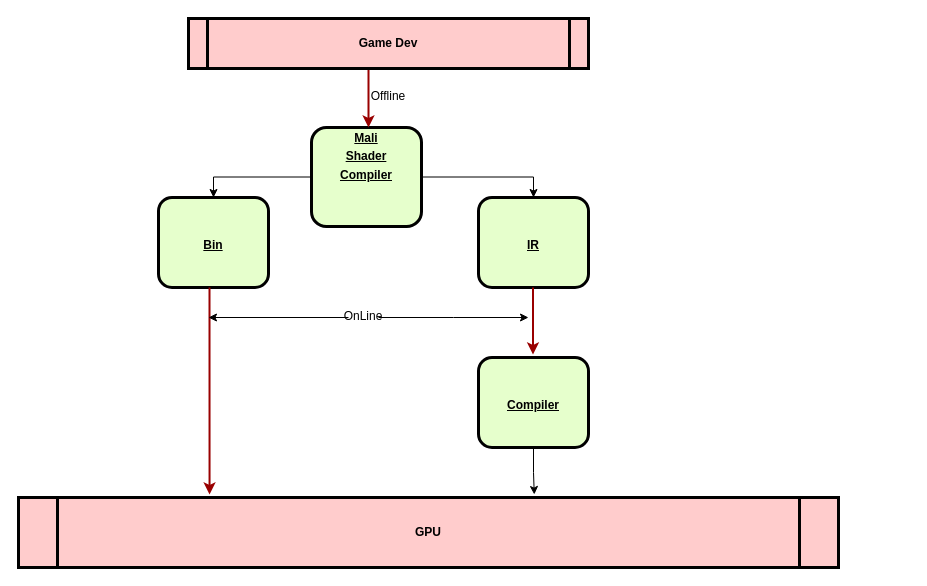
Above: gpu_comp.drawio in COthello/mesadoc (draw.io), before the change. Source tidied: cells renumbered, new cells numbered last; positions are measured from the earlier drawing's top-left corner, leaving out a move shared by most shapes. Both pictures are drawn from the tidied source at 100%, with x=0, y=0 at pixel (18, 18).
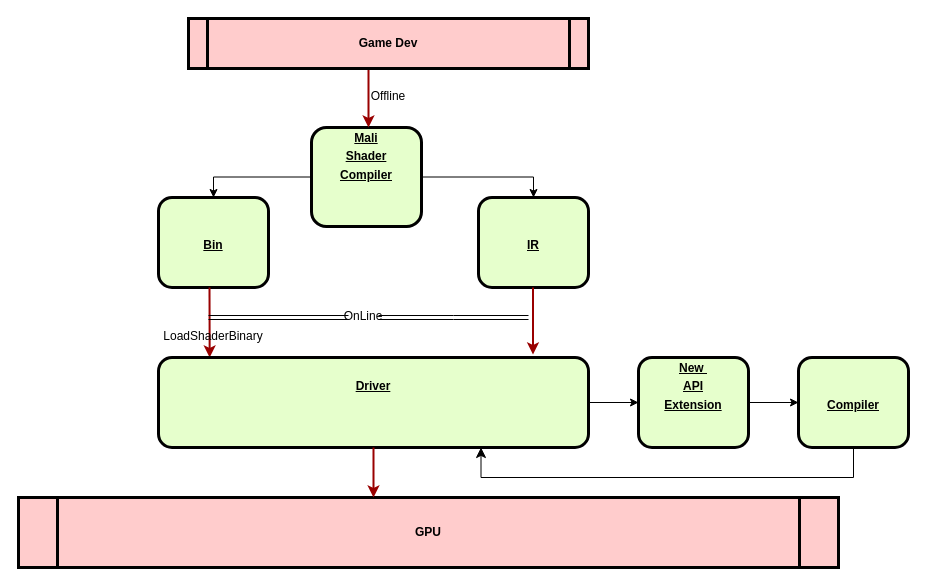
After the change.

The change refers to these unchanged cells:
```xml
<mxCell id="2" value="GPU" style="shape=process;whiteSpace=wrap;align=center;verticalAlign=middle;size=0.0475;fontStyle=1;strokeWidth=3;fillColor=#FFCCCC;" parent="1" vertex="1">
  <mxGeometry y="479" width="820" height="70" as="geometry" />
</mxCell>
<mxCell id="13" value="OnLine" style="text;spacingTop=-5;align=center;" parent="1" vertex="1">
  <mxGeometry x="330" y="289" width="30" height="20" as="geometry" />
</mxCell>
```

The edit, as a diff of the source:
```diff
@@
-    <mxCell id="10" style="edgeStyle=elbowEdgeStyle;elbow=vertical;strokeColor=#990000;strokeWidth=2;rounded=0;entryX=0.233;entryY=-0.043;entryDx=0;entryDy=0;entryPerimeter=0;" parent="1" edge="1" target="2">
+    <mxCell id="10" style="edgeStyle=elbowEdgeStyle;elbow=vertical;strokeColor=#990000;strokeWidth=2;rounded=0;entryX=0.119;entryY=0;entryDx=0;entryDy=0;entryPerimeter=0;" parent="1" edge="1" target="19">
       <mxGeometry relative="1" as="geometry">
         <mxPoint x="191" y="279" as="sourcePoint" />
         <Array as="points">
           <mxPoint x="191" y="269" />
         </Array>
       </mxGeometry>
     </mxCell>
-    <mxCell id="11" style="edgeStyle=orthogonalEdgeStyle;rounded=0;jettySize=auto;html=1;" parent="1" edge="1" source="13">
+    <mxCell id="11" style="edgeStyle=orthogonalEdgeStyle;rounded=0;jettySize=auto;html=1;shape=link;" parent="1" edge="1" source="13">
       <mxGeometry relative="1" as="geometry">
         <mxPoint x="190" y="299" as="targetPoint" />
       </mxGeometry>
     </mxCell>
-    <mxCell id="12" style="edgeStyle=orthogonalEdgeStyle;rounded=0;jettySize=auto;html=1;" parent="1" edge="1" source="13">
+    <mxCell id="12" style="edgeStyle=orthogonalEdgeStyle;rounded=0;jettySize=auto;html=1;shape=link;" parent="1" edge="1" source="13">
       <mxGeometry relative="1" as="geometry">
         <mxPoint x="510" y="299" as="targetPoint" />
       </mxGeometry>
     </mxCell>
@@
-    <mxCell id="16" style="edgeStyle=orthogonalEdgeStyle;rounded=0;jettySize=auto;html=1;exitX=0.5;exitY=1;exitDx=0;exitDy=0;entryX=0.629;entryY=-0.043;entryDx=0;entryDy=0;entryPerimeter=0;" parent="1" edge="1" source="17" target="2">
-      <mxGeometry relative="1" as="geometry" />
-    </mxCell>
     <mxCell id="17" value="&lt;p style=&quot;margin: 0px; margin-top: 4px; text-align: center; text-decoration: underline;&quot;&gt;&lt;br&gt;&lt;/p&gt;&lt;p style=&quot;margin: 0px; margin-top: 4px; text-align: center; text-decoration: underline;&quot;&gt;&lt;br&gt;&lt;/p&gt;&lt;p style=&quot;margin: 0px; margin-top: 4px; text-align: center; text-decoration: underline;&quot;&gt;Compiler&lt;/p&gt;" style="verticalAlign=middle;align=center;overflow=fill;fontSize=12;fontFamily=Helvetica;html=1;rounded=1;fontStyle=1;strokeWidth=3;fillColor=#E6FFCC;" parent="1" vertex="1">
-      <mxGeometry x="460" y="339" width="110" height="90" as="geometry" />
+      <mxGeometry x="780" y="339" width="110" height="90" as="geometry" />
     </mxCell>
+    <mxCell id="18" style="edgeStyle=orthogonalEdgeStyle;rounded=0;jettySize=auto;html=1;exitX=1;exitY=0.5;exitDx=0;exitDy=0;entryX=0;entryY=0.5;entryDx=0;entryDy=0;" parent="1" edge="1" source="19" target="21">
+      <mxGeometry relative="1" as="geometry" />
+    </mxCell>
+    <mxCell id="19" value="&lt;p style=&quot;margin: 0px; margin-top: 4px; text-align: center; text-decoration: underline;&quot;&gt;&lt;br&gt;&lt;/p&gt;&lt;p style=&quot;margin: 0px; margin-top: 4px; text-align: center; text-decoration: underline;&quot;&gt;&lt;span style=&quot;background-color: initial;&quot;&gt;Driver&lt;/span&gt;&lt;br&gt;&lt;/p&gt;" style="verticalAlign=middle;align=center;overflow=fill;fontSize=12;fontFamily=Helvetica;html=1;rounded=1;fontStyle=1;strokeWidth=3;fillColor=#E6FFCC;" parent="1" vertex="1">
+      <mxGeometry x="140" y="339" width="430" height="90" as="geometry" />
+    </mxCell>
+    <mxCell id="20" style="edgeStyle=orthogonalEdgeStyle;rounded=0;jettySize=auto;html=1;exitX=1;exitY=0.5;exitDx=0;exitDy=0;entryX=0;entryY=0.5;entryDx=0;entryDy=0;" parent="1" edge="1" source="21" target="17">
+      <mxGeometry relative="1" as="geometry" />
+    </mxCell>
+    <mxCell id="21" value="&lt;p style=&quot;margin: 0px; margin-top: 4px; text-align: center; text-decoration: underline;&quot;&gt;New&amp;nbsp;&lt;/p&gt;&lt;p style=&quot;margin: 0px; margin-top: 4px; text-align: center; text-decoration: underline;&quot;&gt;API&lt;/p&gt;&lt;p style=&quot;margin: 0px; margin-top: 4px; text-align: center; text-decoration: underline;&quot;&gt;Extension&lt;/p&gt;" style="verticalAlign=middle;align=center;overflow=fill;fontSize=12;fontFamily=Helvetica;html=1;rounded=1;fontStyle=1;strokeWidth=3;fillColor=#E6FFCC;" parent="1" vertex="1">
+      <mxGeometry x="620" y="339" width="110" height="90" as="geometry" />
+    </mxCell>
+    <mxCell id="22" style="edgeStyle=elbowEdgeStyle;elbow=vertical;strokeColor=#990000;strokeWidth=2;rounded=0;" parent="1" edge="1">
+      <mxGeometry relative="1" as="geometry">
+        <mxPoint x="355" y="439" as="sourcePoint" />
+        <mxPoint x="355" y="479" as="targetPoint" />
+        <Array as="points">
+          <mxPoint x="355" y="429" />
+        </Array>
+      </mxGeometry>
+    </mxCell>
+    <mxCell id="23" style="edgeStyle=elbowEdgeStyle;elbow=horizontal;endArrow=classic;html=1;curved=0;rounded=0;endSize=8;startSize=8;entryX=0.75;entryY=1;entryDx=0;entryDy=0;exitX=0.5;exitY=1;exitDx=0;exitDy=0;" parent="1" edge="1" source="17" target="19">
+      <mxGeometry relative="1" as="geometry">
+        <Array as="points">
+          <mxPoint x="640" y="459" />
+        </Array>
+      </mxGeometry>
+    </mxCell>
+    <mxCell id="24" value="LoadShaderBinary" style="text;spacingTop=-5;align=center;" parent="1" vertex="1">
+      <mxGeometry x="130" y="309" width="130" height="20" as="geometry" />
+    </mxCell>
```
